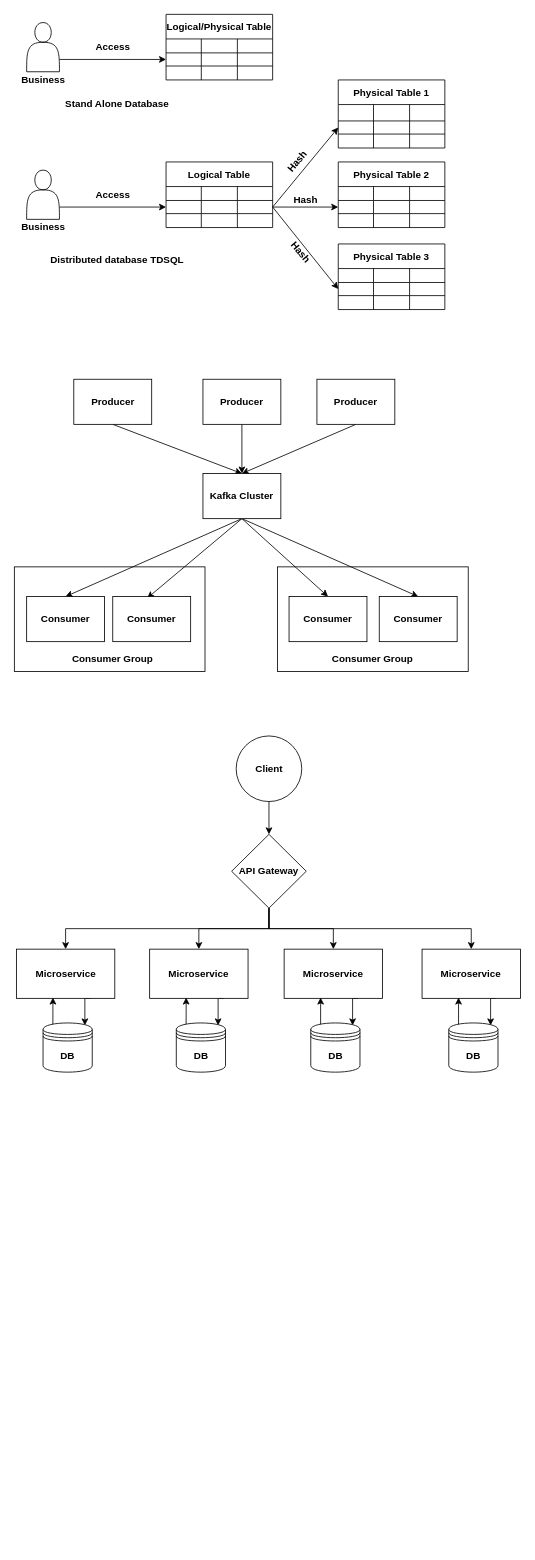
This is Untitled Diagram.drawio from dylan-club/testgit, a draw.io file, before an edit. Source tidied: cells renumbered, new cells numbered last; positions are measured from the earlier drawing's top-left corner, leaving out a move shared by most shapes. Both pictures are drawn from the tidied source at 82%, with x=0, y=0 at pixel (14, 14).
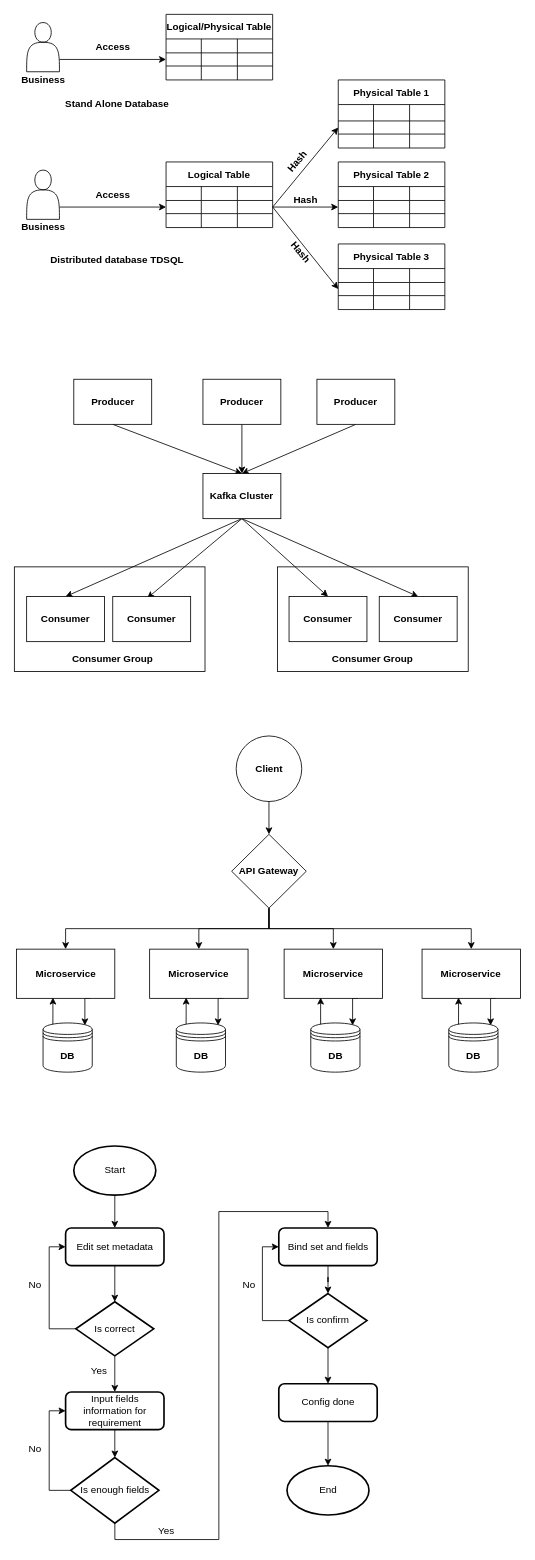
After the change.

Diff of the diagram source:
```diff
@@
+    <mxCell id="125" style="edgeStyle=orthogonalEdgeStyle;rounded=0;jettySize=auto;html=1;exitX=0.5;exitY=1;exitDx=0;exitDy=0;exitPerimeter=0;entryX=0.5;entryY=0;entryDx=0;entryDy=0;" parent="1" edge="1" source="126" target="128">
+      <mxGeometry relative="1" as="geometry" />
+    </mxCell>
+    <mxCell id="126" value="Start" style="strokeWidth=2;html=1;shape=mxgraph.flowchart.start_1;whiteSpace=wrap;" parent="1" vertex="1">
+      <mxGeometry x="72.5" y="1380" width="100" height="60" as="geometry" />
+    </mxCell>
+    <mxCell id="127" style="edgeStyle=orthogonalEdgeStyle;rounded=0;jettySize=auto;html=1;exitX=0.5;exitY=1;exitDx=0;exitDy=0;entryX=0.5;entryY=0;entryDx=0;entryDy=0;entryPerimeter=0;" parent="1" edge="1" source="128" target="131">
+      <mxGeometry relative="1" as="geometry" />
+    </mxCell>
+    <mxCell id="128" value="Edit set metadata" style="rounded=1;whiteSpace=wrap;html=1;absoluteArcSize=1;arcSize=14;strokeWidth=2;" parent="1" vertex="1">
+      <mxGeometry x="62.5" y="1480" width="120" height="46" as="geometry" />
+    </mxCell>
+    <mxCell id="129" style="edgeStyle=orthogonalEdgeStyle;rounded=0;jettySize=auto;html=1;exitX=0;exitY=0.5;exitDx=0;exitDy=0;exitPerimeter=0;entryX=0;entryY=0.5;entryDx=0;entryDy=0;" parent="1" edge="1" source="131" target="128">
+      <mxGeometry relative="1" as="geometry" />
+    </mxCell>
+    <mxCell id="130" style="edgeStyle=orthogonalEdgeStyle;rounded=0;jettySize=auto;html=1;exitX=0.5;exitY=1;exitDx=0;exitDy=0;exitPerimeter=0;" parent="1" edge="1" source="131" target="134">
+      <mxGeometry relative="1" as="geometry" />
+    </mxCell>
+    <mxCell id="131" value="Is correct" style="strokeWidth=2;html=1;shape=mxgraph.flowchart.decision;whiteSpace=wrap;" parent="1" vertex="1">
+      <mxGeometry x="75" y="1570" width="95" height="66" as="geometry" />
+    </mxCell>
+    <mxCell id="132" value="No" style="text;html=1;align=center;verticalAlign=middle;strokeColor=none;fillColor=none;" parent="1" vertex="1">
+      <mxGeometry x="10" y="1540" width="30" height="20" as="geometry" />
+    </mxCell>
+    <mxCell id="133" style="edgeStyle=orthogonalEdgeStyle;rounded=0;jettySize=auto;html=1;exitX=0.5;exitY=1;exitDx=0;exitDy=0;" parent="1" edge="1" source="134" target="137">
+      <mxGeometry relative="1" as="geometry" />
+    </mxCell>
+    <mxCell id="134" value="Input fields information for requirement" style="rounded=1;whiteSpace=wrap;html=1;absoluteArcSize=1;arcSize=14;strokeWidth=2;" parent="1" vertex="1">
+      <mxGeometry x="62.5" y="1680" width="120" height="46" as="geometry" />
+    </mxCell>
+    <mxCell id="135" style="edgeStyle=orthogonalEdgeStyle;rounded=0;jettySize=auto;html=1;exitX=0;exitY=0.5;exitDx=0;exitDy=0;exitPerimeter=0;entryX=0;entryY=0.5;entryDx=0;entryDy=0;" parent="1" edge="1" source="137" target="134">
+      <mxGeometry relative="1" as="geometry" />
+    </mxCell>
+    <mxCell id="136" style="edgeStyle=orthogonalEdgeStyle;rounded=0;jettySize=auto;html=1;exitX=0.5;exitY=1;exitDx=0;exitDy=0;exitPerimeter=0;entryX=0.5;entryY=0;entryDx=0;entryDy=0;" parent="1" edge="1" source="137" target="140">
+      <mxGeometry relative="1" as="geometry" />
+    </mxCell>
+    <mxCell id="137" value="Is enough fields" style="strokeWidth=2;html=1;shape=mxgraph.flowchart.decision;whiteSpace=wrap;" parent="1" vertex="1">
+      <mxGeometry x="68.8" y="1760" width="107.5" height="80" as="geometry" />
+    </mxCell>
+    <mxCell id="138" value="No" style="text;html=1;align=center;verticalAlign=middle;strokeColor=none;fillColor=none;" parent="1" vertex="1">
+      <mxGeometry x="10" y="1740" width="30" height="20" as="geometry" />
+    </mxCell>
+    <mxCell id="139" style="edgeStyle=orthogonalEdgeStyle;rounded=0;jettySize=auto;html=1;exitX=0.5;exitY=1;exitDx=0;exitDy=0;" parent="1" edge="1" source="140" target="145">
+      <mxGeometry relative="1" as="geometry" />
+    </mxCell>
+    <mxCell id="140" value="Bind set and fields" style="rounded=1;whiteSpace=wrap;html=1;absoluteArcSize=1;arcSize=14;strokeWidth=2;" parent="1" vertex="1">
+      <mxGeometry x="322.5" y="1480" width="120" height="46" as="geometry" />
+    </mxCell>
+    <mxCell id="141" value="Yes" style="text;html=1;align=center;verticalAlign=middle;strokeColor=none;fillColor=none;" parent="1" vertex="1">
+      <mxGeometry x="82.5" y="1645" width="40" height="20" as="geometry" />
+    </mxCell>
+    <mxCell id="142" value="Yes" style="text;html=1;align=center;verticalAlign=middle;strokeColor=none;fillColor=none;" parent="1" vertex="1">
+      <mxGeometry x="165" y="1840" width="40" height="20" as="geometry" />
+    </mxCell>
+    <mxCell id="143" style="edgeStyle=orthogonalEdgeStyle;rounded=0;jettySize=auto;html=1;exitX=0;exitY=0.5;exitDx=0;exitDy=0;exitPerimeter=0;entryX=0;entryY=0.5;entryDx=0;entryDy=0;" parent="1" edge="1" source="145" target="140">
+      <mxGeometry relative="1" as="geometry" />
+    </mxCell>
+    <mxCell id="144" style="edgeStyle=orthogonalEdgeStyle;rounded=0;jettySize=auto;html=1;exitX=0.5;exitY=1;exitDx=0;exitDy=0;exitPerimeter=0;" parent="1" edge="1" source="145" target="148">
+      <mxGeometry relative="1" as="geometry" />
+    </mxCell>
+    <mxCell id="145" value="Is confirm" style="strokeWidth=2;html=1;shape=mxgraph.flowchart.decision;whiteSpace=wrap;" parent="1" vertex="1">
+      <mxGeometry x="335" y="1560" width="95" height="66" as="geometry" />
+    </mxCell>
+    <mxCell id="146" value="No" style="text;html=1;align=center;verticalAlign=middle;strokeColor=none;fillColor=none;" parent="1" vertex="1">
+      <mxGeometry x="270.5" y="1540" width="30" height="20" as="geometry" />
+    </mxCell>
+    <mxCell id="147" style="edgeStyle=orthogonalEdgeStyle;rounded=0;jettySize=auto;html=1;exitX=0.5;exitY=1;exitDx=0;exitDy=0;entryX=0.5;entryY=0;entryDx=0;entryDy=0;entryPerimeter=0;" parent="1" edge="1" source="148" target="149">
+      <mxGeometry relative="1" as="geometry" />
+    </mxCell>
+    <mxCell id="148" value="Config done" style="rounded=1;whiteSpace=wrap;html=1;absoluteArcSize=1;arcSize=14;strokeWidth=2;" parent="1" vertex="1">
+      <mxGeometry x="322.5" y="1670" width="120" height="46" as="geometry" />
+    </mxCell>
+    <mxCell id="149" value="End" style="strokeWidth=2;html=1;shape=mxgraph.flowchart.start_1;whiteSpace=wrap;" parent="1" vertex="1">
+      <mxGeometry x="332.5" y="1770" width="100" height="60" as="geometry" />
+    </mxCell>
```
